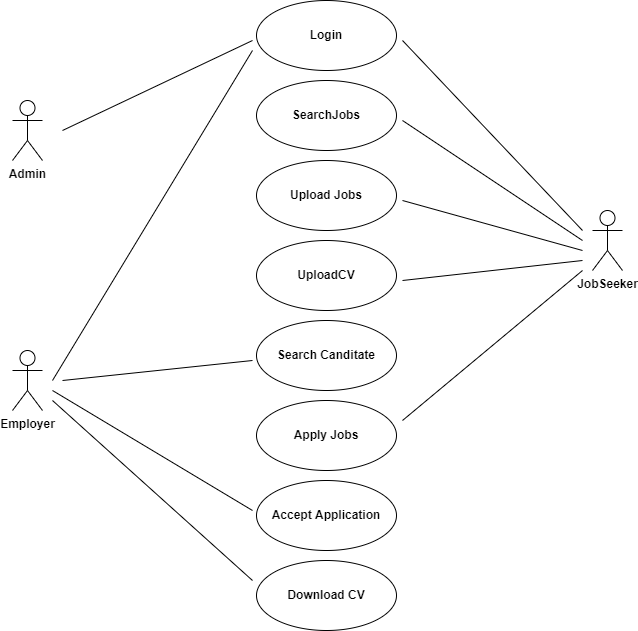
MuniswamiKokila/UST-prograd-training keeps this draw.io diagram as java-basics/02-12-2021/UML diagrams/UseCase.drawio.png. Above is the earlier version. Source tidied: cells renumbered, new cells last; positions are measured from the earlier drawing's top-left corner, leaving out a move shared by most shapes. Source of this version:
```xml
<mxGraphModel>
  <root>
    <mxCell id="0" />
    <mxCell id="1" parent="0" />
    <mxCell id="2" value="&lt;b&gt;Admin&lt;/b&gt;" style="shape=umlActor;verticalLabelPosition=bottom;verticalAlign=top;html=1;" parent="1" vertex="1">
      <mxGeometry y="100" width="30" height="60" as="geometry" />
    </mxCell>
    <mxCell id="3" value="&lt;b&gt;Employer&lt;/b&gt;" style="shape=umlActor;verticalLabelPosition=bottom;verticalAlign=top;html=1;" parent="1" vertex="1">
      <mxGeometry y="350" width="30" height="60" as="geometry" />
    </mxCell>
    <mxCell id="4" value="&lt;b&gt;JobSeeker&lt;/b&gt;" style="shape=umlActor;verticalLabelPosition=bottom;verticalAlign=top;html=1;" parent="1" vertex="1">
      <mxGeometry x="580" y="210" width="30" height="60" as="geometry" />
    </mxCell>
    <mxCell id="5" value="&lt;b&gt;Login&lt;/b&gt;" style="ellipse;whiteSpace=wrap;html=1;" parent="1" vertex="1">
      <mxGeometry x="244" width="140" height="70" as="geometry" />
    </mxCell>
    <mxCell id="6" value="&lt;b&gt;SearchJobs&lt;/b&gt;" style="ellipse;whiteSpace=wrap;html=1;" parent="1" vertex="1">
      <mxGeometry x="244" y="80" width="140" height="70" as="geometry" />
    </mxCell>
    <mxCell id="7" value="&lt;b&gt;Upload Jobs&lt;/b&gt;" style="ellipse;whiteSpace=wrap;html=1;" parent="1" vertex="1">
      <mxGeometry x="244" y="160" width="140" height="70" as="geometry" />
    </mxCell>
    <mxCell id="8" value="&lt;b&gt;UploadCV&lt;/b&gt;" style="ellipse;whiteSpace=wrap;html=1;" parent="1" vertex="1">
      <mxGeometry x="244" y="240" width="140" height="70" as="geometry" />
    </mxCell>
    <mxCell id="9" value="&lt;b&gt;Search Canditate&lt;/b&gt;" style="ellipse;whiteSpace=wrap;html=1;" parent="1" vertex="1">
      <mxGeometry x="244" y="320" width="140" height="70" as="geometry" />
    </mxCell>
    <mxCell id="10" value="&lt;b&gt;Apply Jobs&lt;/b&gt;" style="ellipse;whiteSpace=wrap;html=1;" parent="1" vertex="1">
      <mxGeometry x="244" y="400" width="140" height="70" as="geometry" />
    </mxCell>
    <mxCell id="11" value="&lt;b&gt;Accept Application&lt;/b&gt;" style="ellipse;whiteSpace=wrap;html=1;" parent="1" vertex="1">
      <mxGeometry x="244" y="480" width="140" height="70" as="geometry" />
    </mxCell>
    <mxCell id="12" value="&lt;b&gt;Download CV&lt;/b&gt;" style="ellipse;whiteSpace=wrap;html=1;" parent="1" vertex="1">
      <mxGeometry x="244" y="560" width="140" height="70" as="geometry" />
    </mxCell>
    <mxCell id="13" style="endArrow=none;html=1;rounded=0;" parent="1" edge="1">
      <mxGeometry relative="1" as="geometry">
        <mxPoint x="50" y="130" as="sourcePoint" />
        <mxPoint x="240" y="40" as="targetPoint" />
      </mxGeometry>
    </mxCell>
    <mxCell id="14" style="endArrow=none;html=1;rounded=0;" parent="1" edge="1">
      <mxGeometry relative="1" as="geometry">
        <mxPoint x="40" y="380" as="sourcePoint" />
        <mxPoint x="240" y="50" as="targetPoint" />
      </mxGeometry>
    </mxCell>
    <mxCell id="15" style="endArrow=none;html=1;rounded=0;" parent="1" edge="1">
      <mxGeometry relative="1" as="geometry">
        <mxPoint x="570" y="230" as="sourcePoint" />
        <mxPoint x="390" y="40" as="targetPoint" />
      </mxGeometry>
    </mxCell>
    <mxCell id="16" style="endArrow=none;html=1;rounded=0;" parent="1" edge="1">
      <mxGeometry relative="1" as="geometry">
        <mxPoint x="390" y="120" as="sourcePoint" />
        <mxPoint x="570" y="240" as="targetPoint" />
      </mxGeometry>
    </mxCell>
    <mxCell id="17" style="endArrow=none;html=1;rounded=0;" parent="1" edge="1">
      <mxGeometry relative="1" as="geometry">
        <mxPoint x="50" y="380" as="sourcePoint" />
        <mxPoint x="240" y="360" as="targetPoint" />
      </mxGeometry>
    </mxCell>
    <mxCell id="18" style="endArrow=none;html=1;rounded=0;" parent="1" edge="1">
      <mxGeometry relative="1" as="geometry">
        <mxPoint x="390" y="200" as="sourcePoint" />
        <mxPoint x="570" y="250" as="targetPoint" />
      </mxGeometry>
    </mxCell>
    <mxCell id="19" style="endArrow=none;html=1;rounded=0;" parent="1" edge="1">
      <mxGeometry relative="1" as="geometry">
        <mxPoint x="390" y="280" as="sourcePoint" />
        <mxPoint x="570" y="260" as="targetPoint" />
      </mxGeometry>
    </mxCell>
    <mxCell id="20" style="endArrow=none;html=1;rounded=0;" parent="1" edge="1">
      <mxGeometry relative="1" as="geometry">
        <mxPoint x="390" y="420" as="sourcePoint" />
        <mxPoint x="570" y="270" as="targetPoint" />
      </mxGeometry>
    </mxCell>
    <mxCell id="21" style="endArrow=none;html=1;rounded=0;" parent="1" edge="1">
      <mxGeometry relative="1" as="geometry">
        <mxPoint x="40" y="390" as="sourcePoint" />
        <mxPoint x="240" y="510" as="targetPoint" />
      </mxGeometry>
    </mxCell>
    <mxCell id="22" style="endArrow=none;html=1;rounded=0;" parent="1" edge="1">
      <mxGeometry relative="1" as="geometry">
        <mxPoint x="240" y="580" as="sourcePoint" />
        <mxPoint x="40" y="400" as="targetPoint" />
      </mxGeometry>
    </mxCell>
  </root>
</mxGraphModel>
```
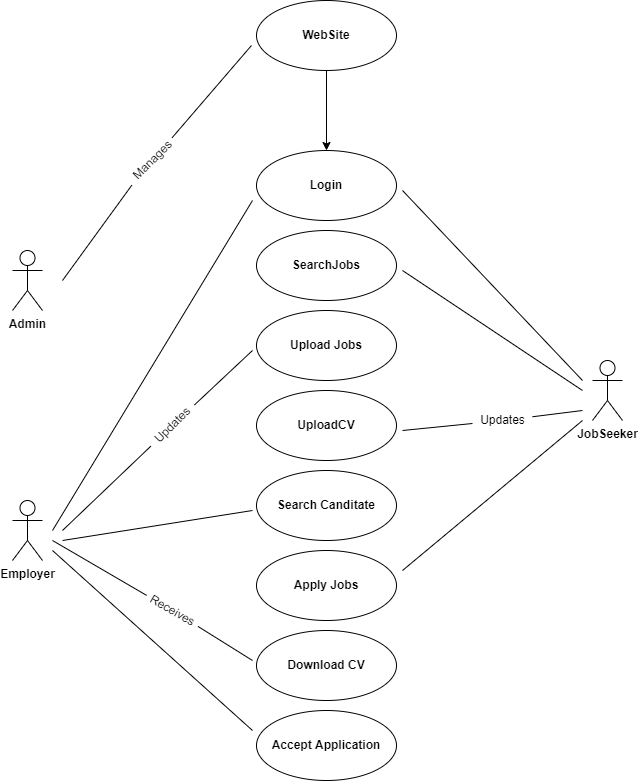
After the change.

Diff of the diagram source:
```diff
@@ -30,16 +30,13 @@
       <mxGeometry x="244" y="400" width="140" height="70" as="geometry" />
     </mxCell>
     <mxCell id="11" value="&lt;b&gt;Accept Application&lt;/b&gt;" style="ellipse;whiteSpace=wrap;html=1;" parent="1" vertex="1">
-      <mxGeometry x="244" y="480" width="140" height="70" as="geometry" />
+      <mxGeometry x="244" y="560" width="140" height="70" as="geometry" />
     </mxCell>
     <mxCell id="12" value="&lt;b&gt;Download CV&lt;/b&gt;" style="ellipse;whiteSpace=wrap;html=1;" parent="1" vertex="1">
-      <mxGeometry x="244" y="560" width="140" height="70" as="geometry" />
+      <mxGeometry x="244" y="480" width="140" height="70" as="geometry" />
     </mxCell>
-    <mxCell id="13" style="endArrow=none;html=1;rounded=0;" parent="1" edge="1">
-      <mxGeometry relative="1" as="geometry">
-        <mxPoint x="50" y="130" as="sourcePoint" />
-        <mxPoint x="240" y="40" as="targetPoint" />
-      </mxGeometry>
+    <mxCell id="13" style="endArrow=none;html=1;rounded=0;entryX=-0.036;entryY=0.643;entryDx=0;entryDy=0;entryPerimeter=0;startArrow=none;" parent="1" edge="1" source="24" target="23">
+      <mxGeometry relative="1" as="geometry" />
     </mxCell>
     <mxCell id="14" style="endArrow=none;html=1;rounded=0;" parent="1" edge="1">
       <mxGeometry relative="1" as="geometry">
@@ -61,19 +58,17 @@
     </mxCell>
     <mxCell id="17" style="endArrow=none;html=1;rounded=0;" parent="1" edge="1">
       <mxGeometry relative="1" as="geometry">
-        <mxPoint x="50" y="380" as="sourcePoint" />
+        <mxPoint x="50" y="390" as="sourcePoint" />
         <mxPoint x="240" y="360" as="targetPoint" />
       </mxGeometry>
     </mxCell>
-    <mxCell id="18" style="endArrow=none;html=1;rounded=0;" parent="1" edge="1">
+    <mxCell id="18" style="endArrow=none;html=1;rounded=0;startArrow=none;" parent="1" edge="1" source="27">
       <mxGeometry relative="1" as="geometry">
-        <mxPoint x="390" y="200" as="sourcePoint" />
-        <mxPoint x="570" y="250" as="targetPoint" />
+        <mxPoint x="240" y="200" as="targetPoint" />
       </mxGeometry>
     </mxCell>
-    <mxCell id="19" style="endArrow=none;html=1;rounded=0;" parent="1" edge="1">
+    <mxCell id="19" style="endArrow=none;html=1;rounded=0;startArrow=none;" parent="1" edge="1" source="29">
       <mxGeometry relative="1" as="geometry">
-        <mxPoint x="390" y="280" as="sourcePoint" />
         <mxPoint x="570" y="260" as="targetPoint" />
       </mxGeometry>
     </mxCell>
@@ -83,9 +78,8 @@
         <mxPoint x="570" y="270" as="targetPoint" />
       </mxGeometry>
     </mxCell>
-    <mxCell id="21" style="endArrow=none;html=1;rounded=0;" parent="1" edge="1">
+    <mxCell id="21" style="endArrow=none;html=1;rounded=0;startArrow=none;" parent="1" edge="1" source="31">
       <mxGeometry relative="1" as="geometry">
-        <mxPoint x="40" y="390" as="sourcePoint" />
         <mxPoint x="240" y="510" as="targetPoint" />
       </mxGeometry>
     </mxCell>
@@ -95,5 +89,43 @@
         <mxPoint x="40" y="400" as="targetPoint" />
       </mxGeometry>
     </mxCell>
+    <mxCell id="23" value="&lt;b&gt;WebSite&lt;/b&gt;" style="ellipse;whiteSpace=wrap;html=1;" parent="1" vertex="1">
+      <mxGeometry x="244" y="-150" width="140" height="70" as="geometry" />
+    </mxCell>
+    <mxCell id="24" value="Manages" style="text;html=1;align=center;verticalAlign=middle;points=[];fillColor=none;strokeColor=none;rounded=0;rotation=-45;" parent="1" vertex="1">
+      <mxGeometry x="110" width="60" height="20" as="geometry" />
+    </mxCell>
+    <mxCell id="25" style="endArrow=none;html=1;rounded=0;entryX=-0.036;entryY=0.643;entryDx=0;entryDy=0;entryPerimeter=0;" parent="1" edge="1" target="24">
+      <mxGeometry relative="1" as="geometry">
+        <mxPoint x="50" y="130" as="sourcePoint" />
+      </mxGeometry>
+    </mxCell>
+    <mxCell id="26" style="endArrow=classic;html=1;rounded=0;exitX=0.5;exitY=1;exitDx=0;exitDy=0;entryX=0.5;entryY=0;entryDx=0;entryDy=0;" parent="1" edge="1" source="23" target="5">
+      <mxGeometry relative="1" as="geometry" />
+    </mxCell>
+    <mxCell id="27" value="Updates" style="text;html=1;align=center;verticalAlign=middle;points=[];fillColor=none;strokeColor=none;rounded=0;rotation=-45;" parent="1" vertex="1">
+      <mxGeometry x="130" y="265" width="60" height="20" as="geometry" />
+    </mxCell>
+    <mxCell id="28" style="endArrow=none;html=1;rounded=0;" parent="1" edge="1" target="27">
+      <mxGeometry relative="1" as="geometry">
+        <mxPoint x="50" y="380" as="sourcePoint" />
+      </mxGeometry>
+    </mxCell>
+    <mxCell id="29" value="Updates" style="text;html=1;align=center;verticalAlign=middle;points=[];fillColor=none;strokeColor=none;rounded=0;" parent="1" vertex="1">
+      <mxGeometry x="460" y="260" width="60" height="20" as="geometry" />
+    </mxCell>
+    <mxCell id="30" style="endArrow=none;html=1;rounded=0;" parent="1" edge="1" target="29">
+      <mxGeometry relative="1" as="geometry">
+        <mxPoint x="390" y="280" as="sourcePoint" />
+      </mxGeometry>
+    </mxCell>
+    <mxCell id="31" value="Receives" style="text;html=1;align=center;verticalAlign=middle;points=[];fillColor=none;strokeColor=none;rounded=0;rotation=30;" parent="1" vertex="1">
+      <mxGeometry x="130" y="450" width="60" height="20" as="geometry" />
+    </mxCell>
+    <mxCell id="32" style="endArrow=none;html=1;rounded=0;" parent="1" edge="1" target="31">
+      <mxGeometry relative="1" as="geometry">
+        <mxPoint x="40" y="390" as="sourcePoint" />
+      </mxGeometry>
+    </mxCell>
   </root>
 </mxGraphModel>
```
